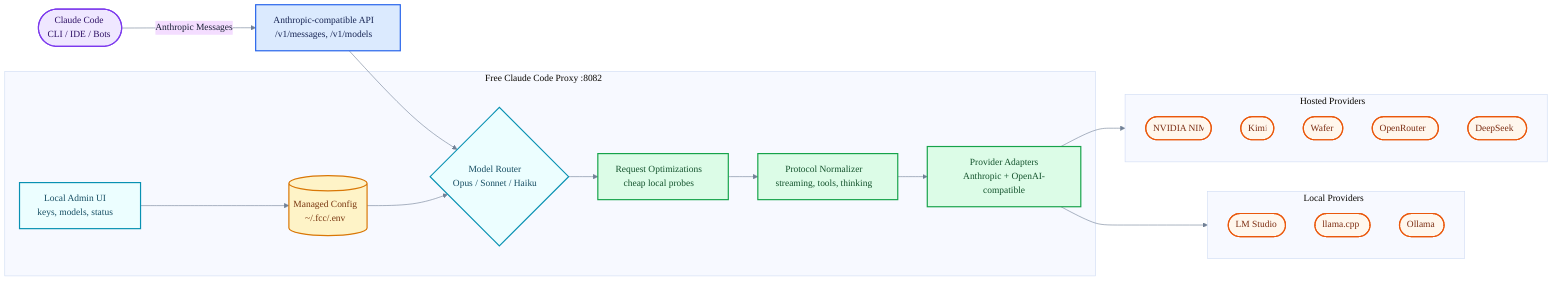
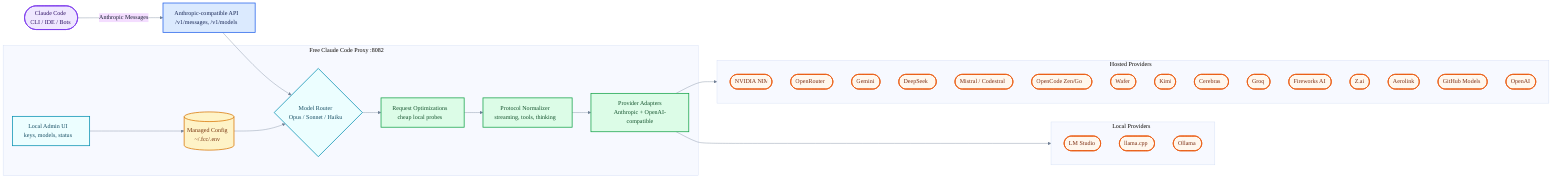
%%{init: {"theme": "base", "themeVariables": {"fontFamily": "Inter, ui-sans-serif, system-ui, Segoe UI, Arial", "background": "transparent", "primaryTextColor": "#172033", "lineColor": "#718096"}}}%%
flowchart LR
    client(["Claude Code<br/>CLI / IDE / Bots"])
    api["Anthropic-compatible API<br/>/v1/messages, /v1/models"]

    subgraph proxy["Free Claude Code Proxy :8082"]
        admin["Local Admin UI<br/>keys, models, status"]
        config[("Managed Config<br/>~/.fcc/.env")]
        router{"Model Router<br/>Opus / Sonnet / Haiku"}
        optimize["Request Optimizations<br/>cheap local probes"]
        normalize["Protocol Normalizer<br/>streaming, tools, thinking"]
        adapters["Provider Adapters<br/>Anthropic + OpenAI-compatible"]
    end

    subgraph hosted["Hosted Providers"]
        nim(["NVIDIA NIM"])
+         openrouter(["OpenRouter"])
+         gemini(["Gemini"])
+         deepseek(["DeepSeek"])
+         mistral(["Mistral / Codestral"])
+         opencode(["OpenCode Zen/Go"])
+         wafer(["Wafer"])
        kimi(["Kimi"])
-         wafer(["Wafer"])
-         openrouter(["OpenRouter"])
-         deepseek(["DeepSeek"])
+         cerebras(["Cerebras"])
+         groq(["Groq"])
+         fireworks(["Fireworks AI"])
+         zai(["Z.ai"])
+         aerolink(["Aerolink"])
+         github_models(["GitHub Models"])
+         openai(["OpenAI"])
    end

    subgraph local["Local Providers"]
        lmstudio(["LM Studio"])
        llamacpp(["llama.cpp"])
        ollama(["Ollama"])
    end

    client -->|"Anthropic Messages"| api
    api --> router
    admin --> config
    config --> router
    router --> optimize
    optimize --> normalize
    normalize --> adapters
    adapters --> hosted
    adapters --> local

    classDef client fill:#efe7ff,stroke:#7c3aed,stroke-width:2px,color:#2e1065;
    classDef api fill:#dbeafe,stroke:#2563eb,stroke-width:2px,color:#172554;
    classDef proxy fill:#ecfeff,stroke:#0891b2,stroke-width:2px,color:#164e63;
    classDef config fill:#fef3c7,stroke:#d97706,stroke-width:2px,color:#78350f;
    classDef transform fill:#dcfce7,stroke:#16a34a,stroke-width:2px,color:#14532d;
    classDef provider fill:#fff7ed,stroke:#ea580c,stroke-width:2px,color:#7c2d12;

    class client client;
    class api api;
    class admin,router proxy;
    class config config;
    class optimize,normalize,adapters transform;
-     class nim,kimi,wafer,openrouter,deepseek,lmstudio,llamacpp,ollama provider;
+     class nim,openrouter,gemini,deepseek,mistral,opencode,wafer,kimi,cerebras,groq,fireworks,zai,aerolink,github_models,openai,lmstudio,llamacpp,ollama provider;
